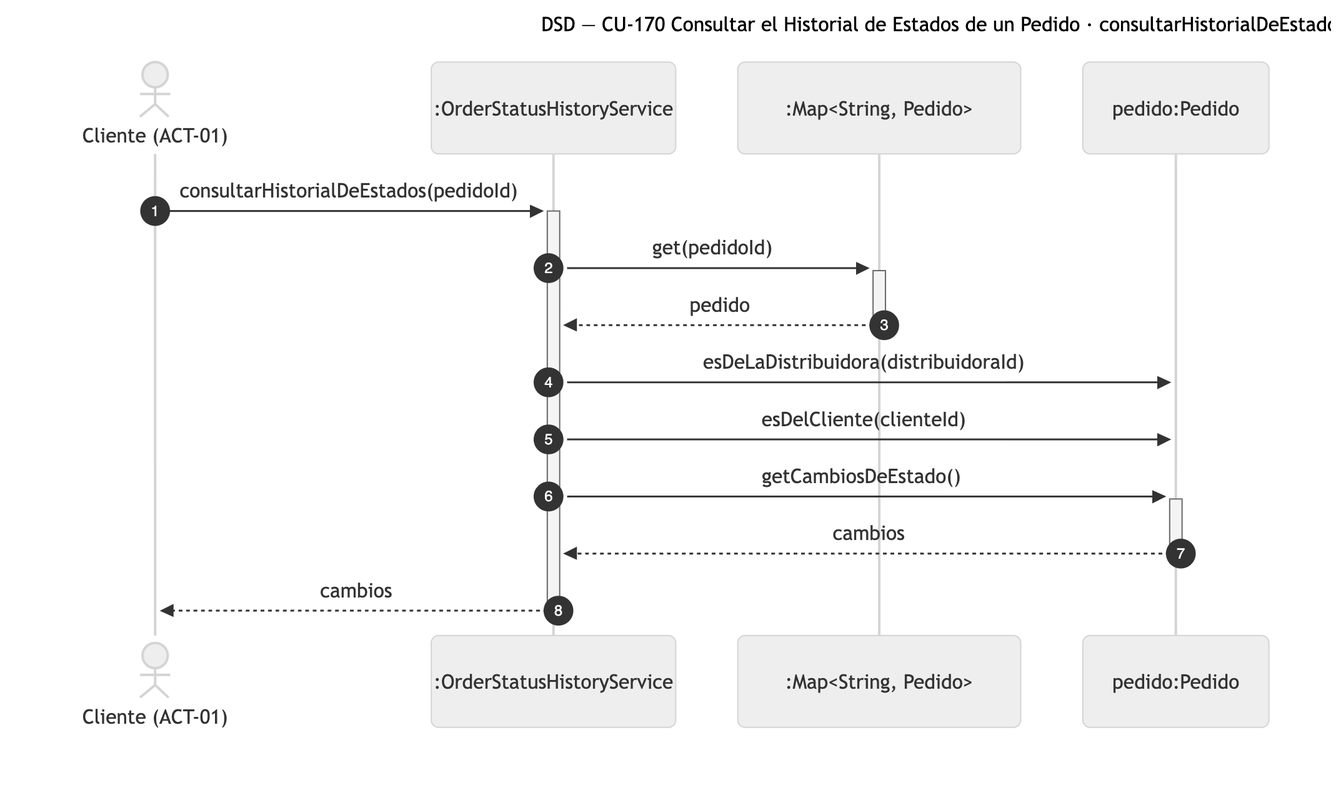
This is diagramas/png/DSD_CU-170_consultarHistorialDeEstados.png from Nahuelito-Dev/splg-docs, a Mermaid export, as it was before one commit. Its source is kept beside it as diagramas/DSD_CU-170_consultarHistorialDeEstados.mmd. Source of this version:
```mermaid
sequenceDiagram
    title DSD — CU-170 Consultar el Historial de Estados de un Pedido · consultarHistorialDeEstados
    autonumber
    actor CLI as Cliente (ACT-01)
    participant HIS as :OrderStatusHistoryService
    participant COL as :Map#lt;String, Pedido#gt;
    participant PED as pedido:Pedido

    CLI->>+HIS: consultarHistorialDeEstados(pedidoId)
    HIS->>+COL: get(pedidoId)
    COL-->>-HIS: pedido
    HIS->>PED: esDeLaDistribuidora(distribuidoraId)
    HIS->>PED: esDelCliente(clienteId)
    HIS->>+PED: getCambiosDeEstado()
    PED-->>-HIS: cambios
    HIS-->>-CLI: cambios
```
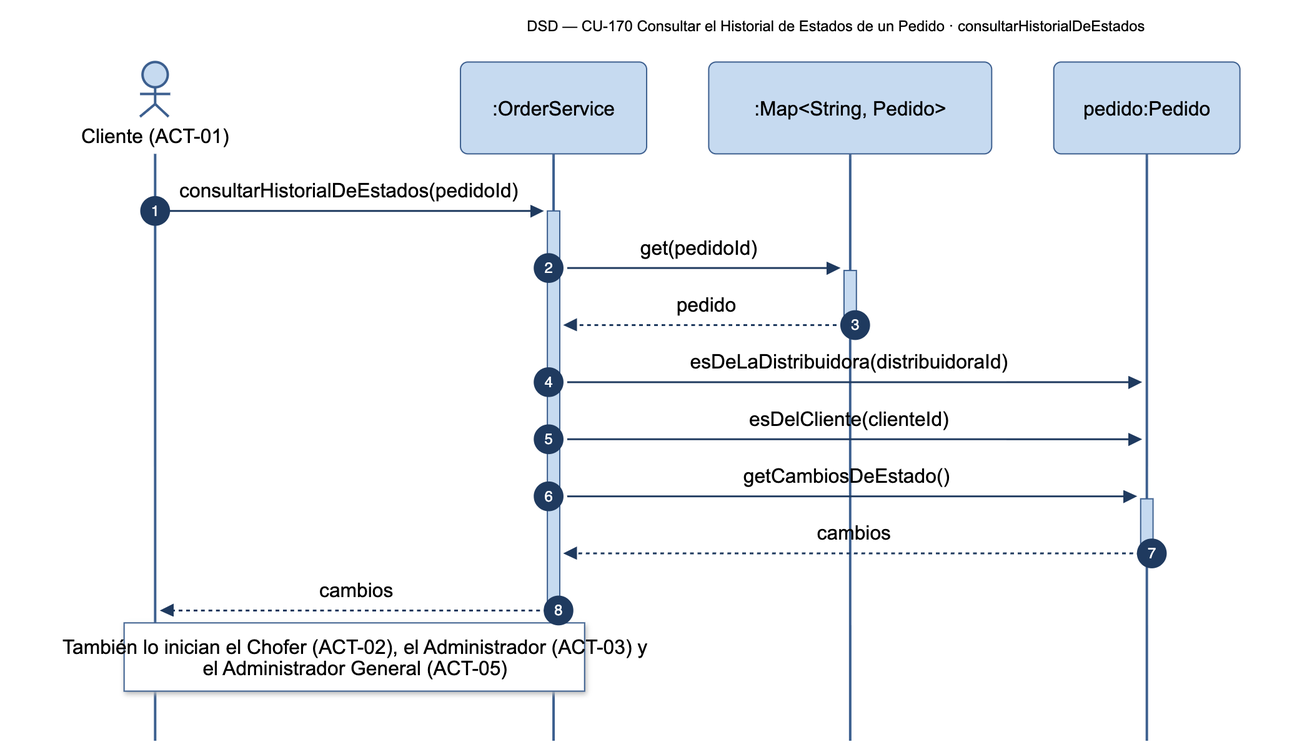
The same diagram one commit later.

Diff of the diagram source:
```diff
@@ -2,15 +2,16 @@
     title DSD — CU-170 Consultar el Historial de Estados de un Pedido · consultarHistorialDeEstados
     autonumber
     actor CLI as Cliente (ACT-01)
-    participant HIS as :OrderStatusHistoryService
+    participant SRV as :OrderService
     participant COL as :Map#lt;String, Pedido#gt;
     participant PED as pedido:Pedido
 
-    CLI->>+HIS: consultarHistorialDeEstados(pedidoId)
-    HIS->>+COL: get(pedidoId)
-    COL-->>-HIS: pedido
-    HIS->>PED: esDeLaDistribuidora(distribuidoraId)
-    HIS->>PED: esDelCliente(clienteId)
-    HIS->>+PED: getCambiosDeEstado()
-    PED-->>-HIS: cambios
-    HIS-->>-CLI: cambios
+    CLI->>+SRV: consultarHistorialDeEstados(pedidoId)
+    SRV->>+COL: get(pedidoId)
+    COL-->>-SRV: pedido
+    SRV->>PED: esDeLaDistribuidora(distribuidoraId)
+    SRV->>PED: esDelCliente(clienteId)
+    SRV->>+PED: getCambiosDeEstado()
+    PED-->>-SRV: cambios
+    SRV-->>-CLI: cambios
+    Note over CLI,SRV: También lo inician el Chofer (ACT-02), el Administrador (ACT-03) y<br/>el Administrador General (ACT-05)
```
